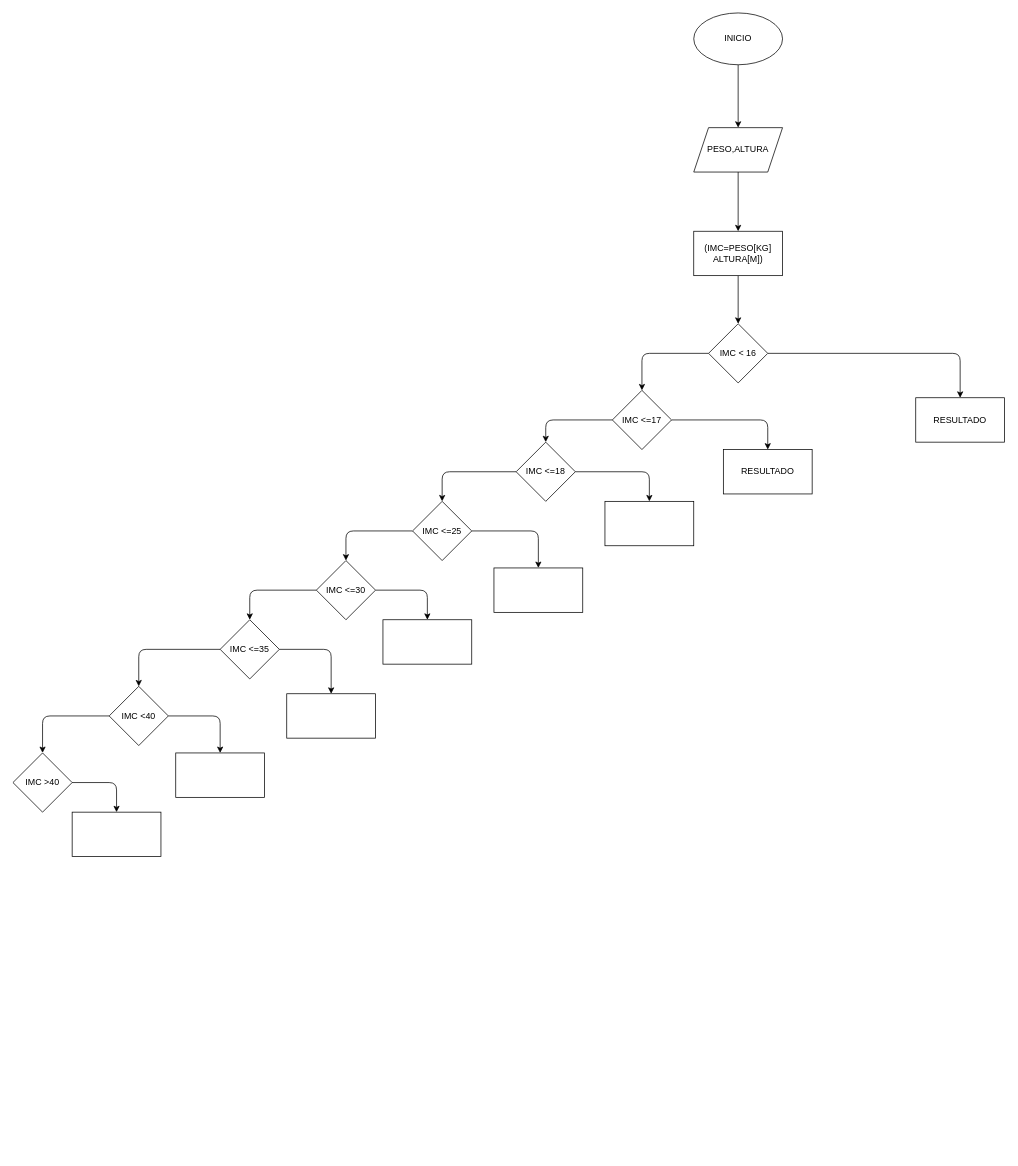
The draw.io diagram Ejercicio-4/diagrama.drawio in kromero14/Taller_condicioales, before the edit. Source tidied: cells renumbered, new cells numbered last; positions are measured from the earlier drawing's top-left corner, leaving out a move shared by most shapes. Both pictures are drawn from the tidied source at 74%, with x=0, y=0 at pixel (13, 13).
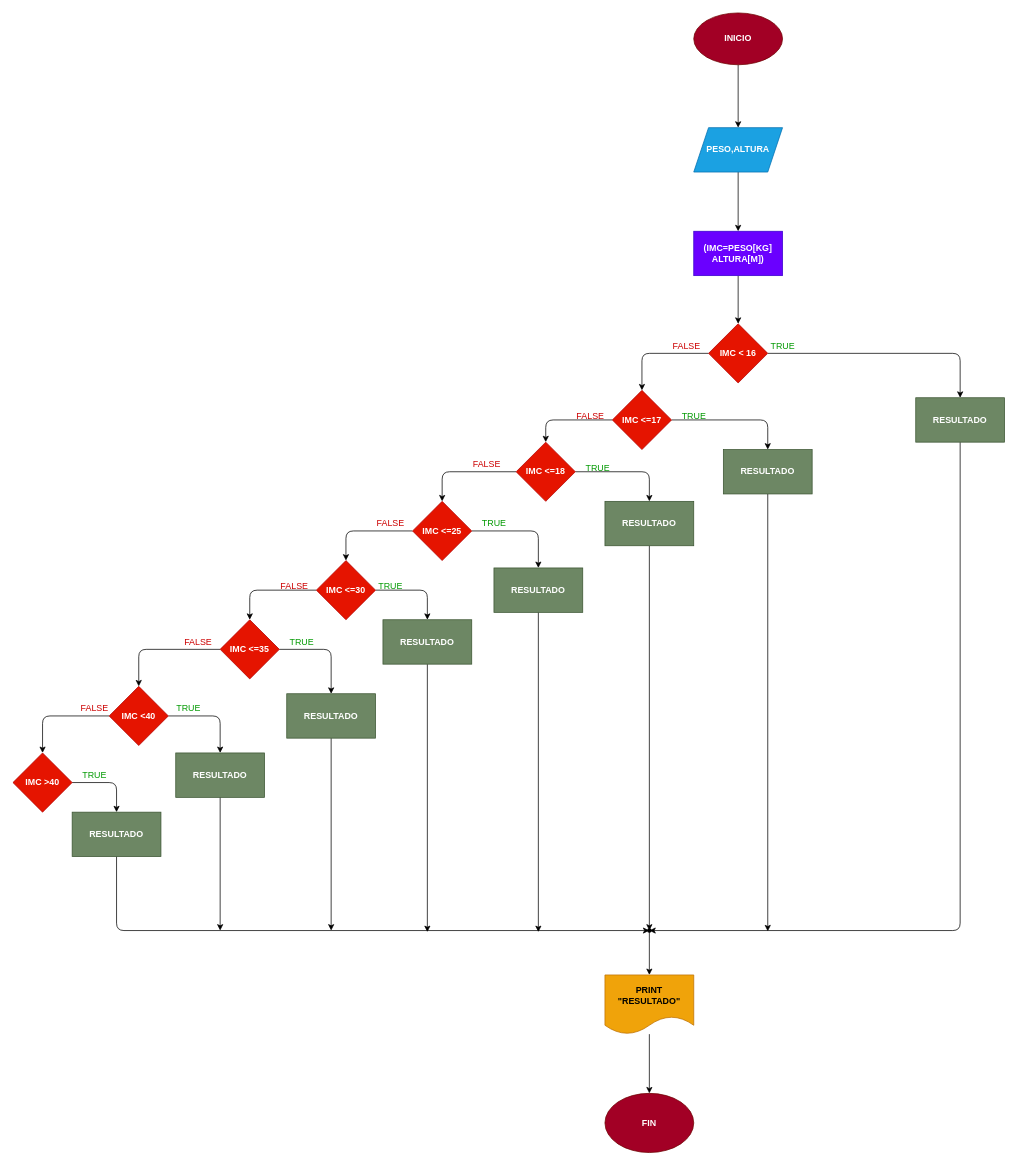
The same diagram, later.

The edit, as a diff of the source:
```diff
@@
-    <mxCell id="3" value="INICIO" style="ellipse;whiteSpace=wrap;html=1;" parent="1" vertex="1">
+    <mxCell id="3" value="&lt;b&gt;INICIO&lt;/b&gt;" style="ellipse;whiteSpace=wrap;html=1;fillColor=#a20025;fontColor=#ffffff;strokeColor=#6F0000;" parent="1" vertex="1">
       <mxGeometry x="920" width="120" height="70" as="geometry" />
     </mxCell>
@@
-    <mxCell id="5" value="PESO,ALTURA" style="shape=parallelogram;perimeter=parallelogramPerimeter;whiteSpace=wrap;html=1;fixedSize=1;" parent="1" vertex="1">
+    <mxCell id="5" value="&lt;b&gt;PESO,ALTURA&lt;/b&gt;" style="shape=parallelogram;perimeter=parallelogramPerimeter;whiteSpace=wrap;html=1;fixedSize=1;fillColor=#1ba1e2;fontColor=#ffffff;strokeColor=#006EAF;" parent="1" vertex="1">
       <mxGeometry x="920" y="155" width="120" height="60" as="geometry" />
     </mxCell>
@@
-    <mxCell id="7" value="(IMC=PESO[KG]&lt;br&gt;ALTURA[M])" style="whiteSpace=wrap;html=1;" parent="1" vertex="1">
+    <mxCell id="7" value="&lt;b&gt;(IMC=PESO[KG]&lt;br&gt;ALTURA[M])&lt;/b&gt;" style="whiteSpace=wrap;html=1;fillColor=#6a00ff;fontColor=#ffffff;strokeColor=#3700CC;" parent="1" vertex="1">
       <mxGeometry x="920" y="295" width="120" height="60" as="geometry" />
     </mxCell>
@@
-    <mxCell id="10" value="IMC &amp;lt; 16" style="rhombus;whiteSpace=wrap;html=1;" parent="1" vertex="1">
+    <mxCell id="10" value="&lt;b&gt;IMC &amp;lt; 16&lt;/b&gt;" style="rhombus;whiteSpace=wrap;html=1;fillColor=#e51400;fontColor=#ffffff;strokeColor=#B20000;" parent="1" vertex="1">
       <mxGeometry x="940" y="420" width="80" height="80" as="geometry" />
     </mxCell>
+    <mxCell id="39" style="edgeStyle=none;html=1;" parent="1" edge="1" source="11" target="48">
+      <mxGeometry relative="1" as="geometry">
+        <Array as="points">
+          <mxPoint x="1280" y="1240" />
+        </Array>
+      </mxGeometry>
+    </mxCell>
-    <mxCell id="11" value="RESULTADO" style="rounded=0;whiteSpace=wrap;html=1;" parent="1" vertex="1">
+    <mxCell id="11" value="&lt;b&gt;RESULTADO&lt;/b&gt;" style="rounded=0;whiteSpace=wrap;html=1;fillColor=#6d8764;fontColor=#ffffff;strokeColor=#3A5431;" parent="1" vertex="1">
       <mxGeometry x="1220" y="520" width="120" height="60" as="geometry" />
     </mxCell>
@@
-    <mxCell id="14" value="IMC &amp;lt;=17" style="rhombus;whiteSpace=wrap;html=1;" parent="1" vertex="1">
+    <mxCell id="14" value="&lt;b&gt;IMC &amp;lt;=17&lt;/b&gt;" style="rhombus;whiteSpace=wrap;html=1;fillColor=#e51400;fontColor=#ffffff;strokeColor=#B20000;" parent="1" vertex="1">
       <mxGeometry x="810" y="510" width="80" height="80" as="geometry" />
     </mxCell>
+    <mxCell id="40" style="edgeStyle=none;html=1;" parent="1" edge="1" source="15">
+      <mxGeometry relative="1" as="geometry">
+        <mxPoint x="1020" y="1241" as="targetPoint" />
+      </mxGeometry>
+    </mxCell>
-    <mxCell id="15" value="RESULTADO" style="rounded=0;whiteSpace=wrap;html=1;" parent="1" vertex="1">
+    <mxCell id="15" value="&lt;b&gt;RESULTADO&lt;/b&gt;" style="rounded=0;whiteSpace=wrap;html=1;fillColor=#6d8764;fontColor=#ffffff;strokeColor=#3A5431;" parent="1" vertex="1">
       <mxGeometry x="960" y="590" width="120" height="60" as="geometry" />
     </mxCell>
@@
-    <mxCell id="18" value="IMC &amp;lt;=18" style="rhombus;whiteSpace=wrap;html=1;" parent="1" vertex="1">
+    <mxCell id="18" value="&lt;b&gt;IMC &amp;lt;=18&lt;/b&gt;" style="rhombus;whiteSpace=wrap;html=1;fillColor=#e51400;fontColor=#ffffff;strokeColor=#B20000;" parent="1" vertex="1">
       <mxGeometry x="680" y="580" width="80" height="80" as="geometry" />
     </mxCell>
+    <mxCell id="41" style="edgeStyle=none;html=1;entryX=0.8;entryY=0.35;entryDx=0;entryDy=0;entryPerimeter=0;" parent="1" edge="1" source="19" target="48">
+      <mxGeometry relative="1" as="geometry" />
+    </mxCell>
-    <mxCell id="19" style="rounded=0;whiteSpace=wrap;html=1;" parent="1" vertex="1">
+    <mxCell id="19" value="&lt;b&gt;RESULTADO&lt;/b&gt;" style="rounded=0;whiteSpace=wrap;html=1;fillColor=#6d8764;fontColor=#ffffff;strokeColor=#3A5431;" parent="1" vertex="1">
       <mxGeometry x="800" y="660" width="120" height="60" as="geometry" />
     </mxCell>
@@
-    <mxCell id="22" value="IMC &amp;lt;=25" style="rhombus;whiteSpace=wrap;html=1;" parent="1" vertex="1">
+    <mxCell id="22" value="&lt;b&gt;IMC &amp;lt;=25&lt;/b&gt;" style="rhombus;whiteSpace=wrap;html=1;fillColor=#e51400;fontColor=#ffffff;strokeColor=#B20000;" parent="1" vertex="1">
       <mxGeometry x="540" y="660" width="80" height="80" as="geometry" />
     </mxCell>
+    <mxCell id="42" style="edgeStyle=none;html=1;" parent="1" edge="1" source="23">
+      <mxGeometry relative="1" as="geometry">
+        <mxPoint x="710" y="1242" as="targetPoint" />
+      </mxGeometry>
+    </mxCell>
-    <mxCell id="23" style="rounded=0;whiteSpace=wrap;html=1;" parent="1" vertex="1">
+    <mxCell id="23" value="&lt;b&gt;RESULTADO&lt;/b&gt;" style="rounded=0;whiteSpace=wrap;html=1;fillColor=#6d8764;fontColor=#ffffff;strokeColor=#3A5431;" parent="1" vertex="1">
       <mxGeometry x="650" y="750" width="120" height="60" as="geometry" />
     </mxCell>
@@
-    <mxCell id="26" value="IMC &amp;lt;=30" style="rhombus;whiteSpace=wrap;html=1;" parent="1" vertex="1">
+    <mxCell id="26" value="&lt;b&gt;IMC &amp;lt;=30&lt;/b&gt;" style="rhombus;whiteSpace=wrap;html=1;fillColor=#e51400;fontColor=#ffffff;strokeColor=#B20000;" parent="1" vertex="1">
       <mxGeometry x="410" y="740" width="80" height="80" as="geometry" />
     </mxCell>
+    <mxCell id="43" style="edgeStyle=none;html=1;" parent="1" edge="1" source="27">
+      <mxGeometry relative="1" as="geometry">
+        <mxPoint x="560" y="1242" as="targetPoint" />
+      </mxGeometry>
+    </mxCell>
-    <mxCell id="27" style="rounded=0;whiteSpace=wrap;html=1;" parent="1" vertex="1">
+    <mxCell id="27" value="&lt;b&gt;RESULTADO&lt;/b&gt;" style="rounded=0;whiteSpace=wrap;html=1;fillColor=#6d8764;fontColor=#ffffff;strokeColor=#3A5431;" parent="1" vertex="1">
       <mxGeometry x="500" y="820" width="120" height="60" as="geometry" />
     </mxCell>
@@
-    <mxCell id="30" value="IMC &amp;lt;=35" style="rhombus;whiteSpace=wrap;html=1;" parent="1" vertex="1">
+    <mxCell id="30" value="&lt;b&gt;IMC &amp;lt;=35&lt;/b&gt;" style="rhombus;whiteSpace=wrap;html=1;fillColor=#e51400;fontColor=#ffffff;strokeColor=#B20000;" parent="1" vertex="1">
       <mxGeometry x="280" y="820" width="80" height="80" as="geometry" />
     </mxCell>
@@
-    <mxCell id="33" value="IMC &amp;lt;40" style="rhombus;whiteSpace=wrap;html=1;" parent="1" vertex="1">
+    <mxCell id="33" value="&lt;b&gt;IMC &amp;lt;40&lt;/b&gt;" style="rhombus;whiteSpace=wrap;html=1;fillColor=#e51400;fontColor=#ffffff;strokeColor=#B20000;" parent="1" vertex="1">
       <mxGeometry x="130" y="910" width="80" height="80" as="geometry" />
     </mxCell>
+    <mxCell id="44" style="edgeStyle=none;html=1;" parent="1" edge="1" source="34">
+      <mxGeometry relative="1" as="geometry">
+        <mxPoint x="430" y="1240" as="targetPoint" />
+      </mxGeometry>
+    </mxCell>
-    <mxCell id="34" style="rounded=0;whiteSpace=wrap;html=1;" parent="1" vertex="1">
+    <mxCell id="34" value="&lt;b&gt;RESULTADO&lt;/b&gt;" style="rounded=0;whiteSpace=wrap;html=1;fillColor=#6d8764;fontColor=#ffffff;strokeColor=#3A5431;" parent="1" vertex="1">
       <mxGeometry x="370" y="920" width="120" height="60" as="geometry" />
     </mxCell>
+    <mxCell id="45" style="edgeStyle=none;html=1;" parent="1" edge="1" source="35">
+      <mxGeometry relative="1" as="geometry">
+        <mxPoint x="280" y="1240" as="targetPoint" />
+      </mxGeometry>
+    </mxCell>
-    <mxCell id="35" style="rounded=0;whiteSpace=wrap;html=1;" parent="1" vertex="1">
+    <mxCell id="35" value="&lt;b&gt;RESULTADO&lt;/b&gt;" style="rounded=0;whiteSpace=wrap;html=1;fillColor=#6d8764;fontColor=#ffffff;strokeColor=#3A5431;" parent="1" vertex="1">
       <mxGeometry x="220" y="1000" width="120" height="60" as="geometry" />
     </mxCell>
@@
-    <mxCell id="37" value="IMC &amp;gt;40" style="rhombus;whiteSpace=wrap;html=1;" parent="1" vertex="1">
+    <mxCell id="37" value="&lt;b&gt;IMC &amp;gt;40&lt;/b&gt;" style="rhombus;whiteSpace=wrap;html=1;fillColor=#e51400;fontColor=#ffffff;strokeColor=#B20000;" parent="1" vertex="1">
       <mxGeometry y="1000" width="80" height="80" as="geometry" />
     </mxCell>
+    <mxCell id="46" style="edgeStyle=none;html=1;" parent="1" edge="1" source="38">
+      <mxGeometry relative="1" as="geometry">
+        <mxPoint x="860" y="1240" as="targetPoint" />
+        <Array as="points">
+          <mxPoint x="140" y="1240" />
+        </Array>
+      </mxGeometry>
+    </mxCell>
-    <mxCell id="38" style="rounded=0;whiteSpace=wrap;html=1;" parent="1" vertex="1">
+    <mxCell id="38" value="&lt;b&gt;RESULTADO&lt;/b&gt;" style="rounded=0;whiteSpace=wrap;html=1;fillColor=#6d8764;fontColor=#ffffff;strokeColor=#3A5431;" parent="1" vertex="1">
       <mxGeometry x="80" y="1080" width="120" height="60" as="geometry" />
     </mxCell>
+    <mxCell id="47" style="edgeStyle=none;html=1;" parent="1" edge="1" source="48" target="50">
+      <mxGeometry relative="1" as="geometry" />
+    </mxCell>
+    <mxCell id="48" style="shape=waypoint;sketch=0;size=6;points=[];fillColor=default;perimeter=centerPerimeter;snapToPoint=1;rounded=0;" parent="1" vertex="1">
+      <mxGeometry x="850" y="1230" width="20" height="20" as="geometry" />
+    </mxCell>
+    <mxCell id="49" style="edgeStyle=none;html=1;" parent="1" edge="1" source="50" target="51">
+      <mxGeometry relative="1" as="geometry" />
+    </mxCell>
+    <mxCell id="50" value="&lt;b&gt;PRINT&lt;br&gt;&quot;RESULTADO&quot;&lt;/b&gt;" style="shape=document;whiteSpace=wrap;html=1;boundedLbl=1;sketch=0;rounded=0;fillColor=#f0a30a;fontColor=#000000;strokeColor=#BD7000;" parent="1" vertex="1">
+      <mxGeometry x="800" y="1300" width="120" height="80" as="geometry" />
+    </mxCell>
+    <mxCell id="51" value="&lt;b&gt;FIN&lt;/b&gt;" style="ellipse;whiteSpace=wrap;html=1;fillColor=#a20025;fontColor=#ffffff;strokeColor=#6F0000;" parent="1" vertex="1">
+      <mxGeometry x="800" y="1460" width="120" height="80" as="geometry" />
+    </mxCell>
+    <mxCell id="52" value="&lt;font color=&quot;#009900&quot;&gt;TRUE&lt;/font&gt;" style="text;html=1;align=center;verticalAlign=middle;strokeColor=none;fillColor=none;" parent="1" vertex="1">
+      <mxGeometry x="1010" y="435" width="60" height="30" as="geometry" />
+    </mxCell>
+    <mxCell id="53" value="&lt;font color=&quot;#cc0000&quot;&gt;FALSE&lt;/font&gt;" style="text;html=1;align=center;verticalAlign=middle;strokeColor=none;fillColor=none;" parent="1" vertex="1">
+      <mxGeometry x="880" y="435" width="60" height="30" as="geometry" />
+    </mxCell>
+    <mxCell id="54" value="&lt;font color=&quot;#009900&quot;&gt;TRUE&lt;/font&gt;" style="text;html=1;align=center;verticalAlign=middle;strokeColor=none;fillColor=none;" parent="1" vertex="1">
+      <mxGeometry x="890" y="530" width="60" height="30" as="geometry" />
+    </mxCell>
+    <mxCell id="55" value="&lt;font color=&quot;#cc0000&quot;&gt;FALSE&lt;/font&gt;" style="text;html=1;align=center;verticalAlign=middle;strokeColor=none;fillColor=none;" parent="1" vertex="1">
+      <mxGeometry x="750" y="530" width="60" height="30" as="geometry" />
+    </mxCell>
+    <mxCell id="56" value="&lt;font color=&quot;#009900&quot;&gt;TRUE&lt;/font&gt;" style="text;html=1;align=center;verticalAlign=middle;strokeColor=none;fillColor=none;" parent="1" vertex="1">
+      <mxGeometry x="760" y="600" width="60" height="30" as="geometry" />
+    </mxCell>
+    <mxCell id="57" value="&lt;font color=&quot;#cc0000&quot;&gt;FALSE&lt;/font&gt;" style="text;html=1;align=center;verticalAlign=middle;strokeColor=none;fillColor=none;" parent="1" vertex="1">
+      <mxGeometry x="610" y="595" width="60" height="30" as="geometry" />
+    </mxCell>
+    <mxCell id="58" value="&lt;font color=&quot;#009900&quot;&gt;TRUE&lt;/font&gt;" style="text;html=1;align=center;verticalAlign=middle;strokeColor=none;fillColor=none;" parent="1" vertex="1">
+      <mxGeometry x="620" y="675" width="60" height="30" as="geometry" />
+    </mxCell>
+    <mxCell id="59" value="&lt;font color=&quot;#cc0000&quot;&gt;FALSE&lt;/font&gt;" style="text;html=1;align=center;verticalAlign=middle;strokeColor=none;fillColor=none;" parent="1" vertex="1">
+      <mxGeometry x="480" y="675" width="60" height="30" as="geometry" />
+    </mxCell>
+    <mxCell id="60" value="&lt;font color=&quot;#009900&quot;&gt;TRUE&lt;/font&gt;" style="text;html=1;align=center;verticalAlign=middle;strokeColor=none;fillColor=none;" parent="1" vertex="1">
+      <mxGeometry x="480" y="760" width="60" height="30" as="geometry" />
+    </mxCell>
+    <mxCell id="61" value="&lt;font color=&quot;#cc0000&quot;&gt;FALSE&lt;/font&gt;" style="text;html=1;align=center;verticalAlign=middle;strokeColor=none;fillColor=none;" parent="1" vertex="1">
+      <mxGeometry x="350" y="760" width="60" height="30" as="geometry" />
+    </mxCell>
+    <mxCell id="62" value="&lt;font color=&quot;#009900&quot;&gt;TRUE&lt;/font&gt;" style="text;html=1;align=center;verticalAlign=middle;strokeColor=none;fillColor=none;" parent="1" vertex="1">
+      <mxGeometry x="360" y="835" width="60" height="30" as="geometry" />
+    </mxCell>
+    <mxCell id="63" value="&lt;font color=&quot;#cc0000&quot;&gt;FALSE&lt;/font&gt;" style="text;html=1;align=center;verticalAlign=middle;strokeColor=none;fillColor=none;" parent="1" vertex="1">
+      <mxGeometry x="220" y="835" width="60" height="30" as="geometry" />
+    </mxCell>
+    <mxCell id="64" value="&lt;font color=&quot;#009900&quot;&gt;TRUE&lt;/font&gt;" style="text;html=1;align=center;verticalAlign=middle;strokeColor=none;fillColor=none;" parent="1" vertex="1">
+      <mxGeometry x="207" y="925" width="60" height="30" as="geometry" />
+    </mxCell>
+    <mxCell id="65" value="&lt;font color=&quot;#cc0000&quot;&gt;FALSE&lt;/font&gt;" style="text;html=1;align=center;verticalAlign=middle;strokeColor=none;fillColor=none;" parent="1" vertex="1">
+      <mxGeometry x="80" y="925" width="60" height="30" as="geometry" />
+    </mxCell>
+    <mxCell id="66" value="&lt;font color=&quot;#009900&quot;&gt;TRUE&lt;/font&gt;" style="text;html=1;align=center;verticalAlign=middle;strokeColor=none;fillColor=none;" parent="1" vertex="1">
+      <mxGeometry x="80" y="1015" width="60" height="30" as="geometry" />
+    </mxCell>
```
